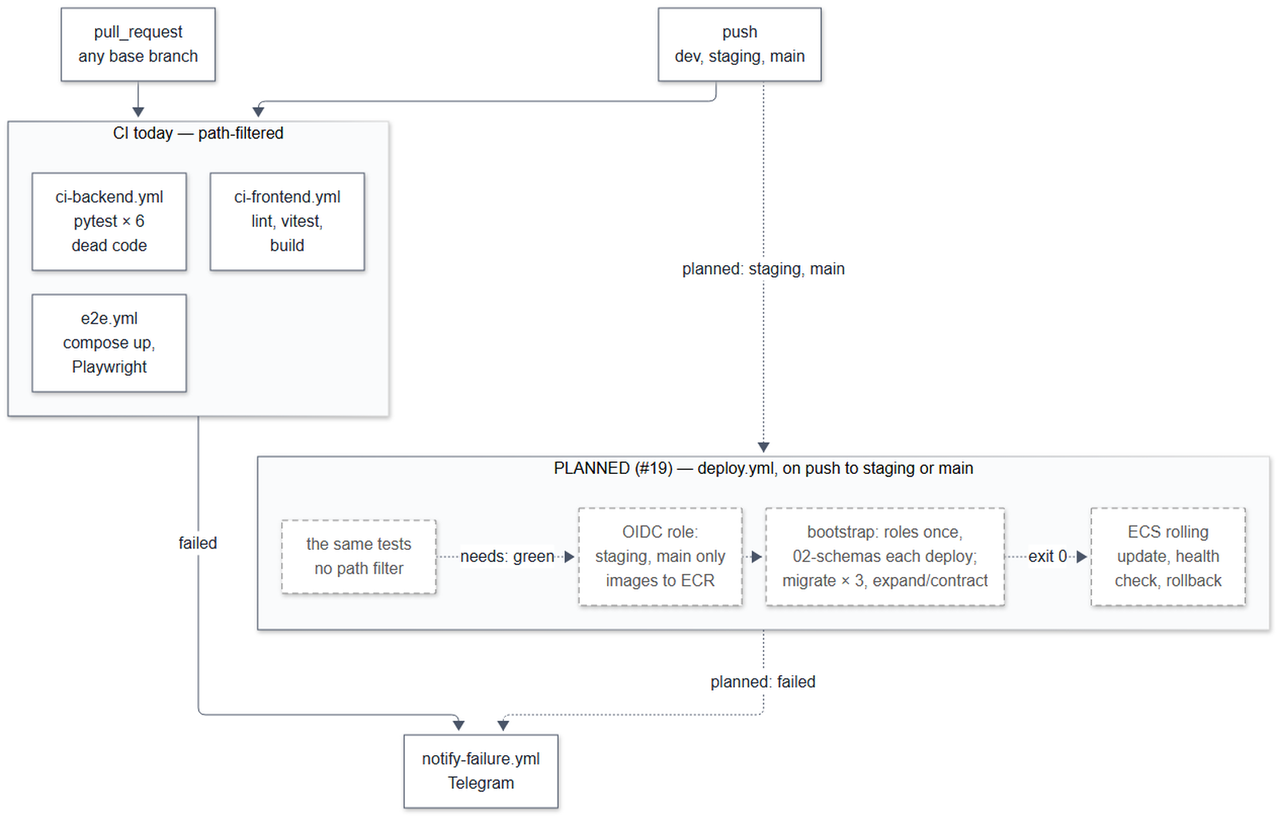
Before: docs/diagrams/rendered/03-cicd.png, a diagram exported from Mermaid (decker757/CS464). Its source is kept beside it as docs/diagrams/03-cicd.mmd.
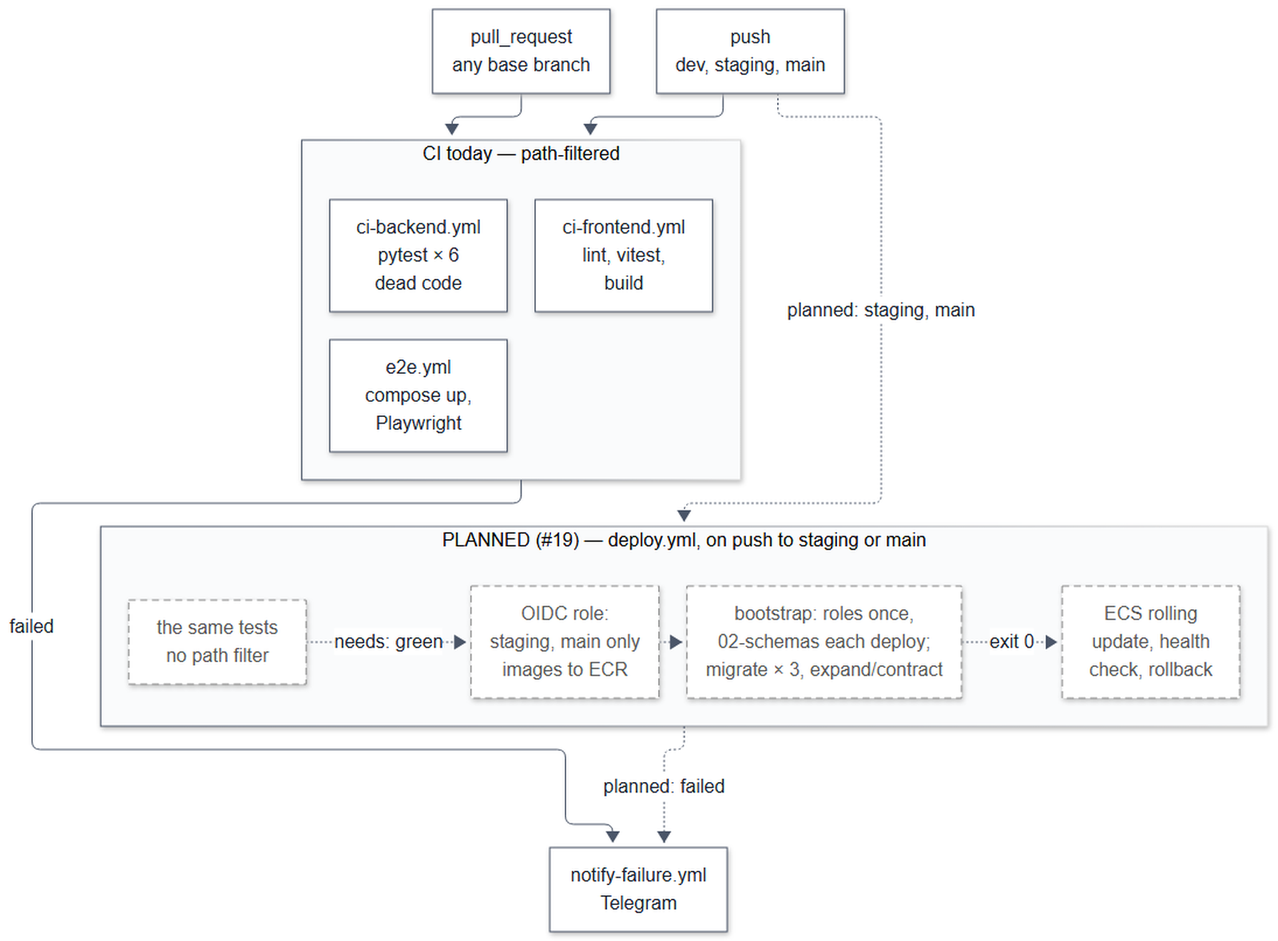
Later version of the same file.

What changed in the source:
```diff
@@ -1,4 +1,4 @@
-%%{init: {"elk": {"lineHops": false}, "flowchart": {"wrappingWidth": 320}}}%%
+%%{init: {"elk": {"lineHops": false, "nodePlacementStrategy": "SIMPLE"}, "flowchart": {"wrappingWidth": 320}}}%%
 flowchart TB
     pr["pull_request<br/>any base branch"]
     push["push<br/>dev, staging, main"]
```
